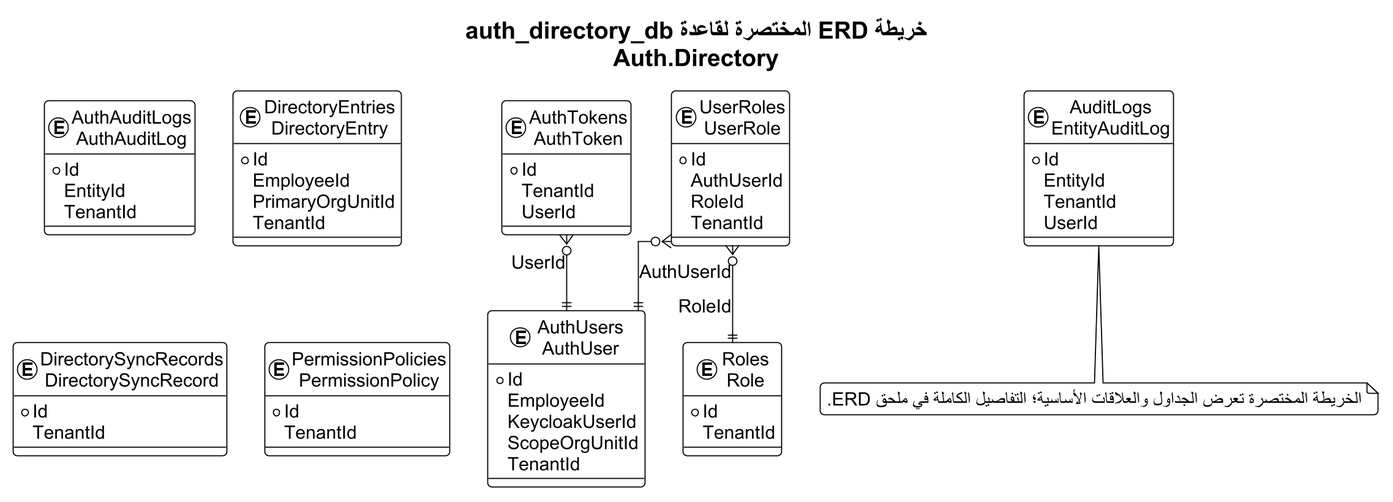
Earlier version of the PlantUML export docs/thesis_diagrams/database_erdds/compact_rendered/03_authdirectory_compact.png (omardefdev/HRManagement). Source of this version:
```plantuml
@startuml
!theme plain
skinparam backgroundColor #FFFFFF
skinparam defaultFontName Arial
skinparam defaultFontSize 17
skinparam shadowing false
skinparam roundcorner 8
skinparam linetype ortho
skinparam dpi 170
skinparam EntityBorderColor #0F6B73
skinparam EntityBackgroundColor #F4FAFA
top to bottom direction
title "خريطة ERD المختصرة لقاعدة auth_directory_db\nAuth.Directory"

entity "AuthAuditLogs\nAuthAuditLog" as T01 {
  * Id
    EntityId
    TenantId
}
entity "AuthTokens\nAuthToken" as T02 {
  * Id
    TenantId
    UserId
}
entity "AuthUsers\nAuthUser" as T03 {
  * Id
    EmployeeId
    KeycloakUserId
    ScopeOrgUnitId
    TenantId
}
entity "DirectoryEntries\nDirectoryEntry" as T04 {
  * Id
    EmployeeId
    PrimaryOrgUnitId
    TenantId
}
entity "DirectorySyncRecords\nDirectorySyncRecord" as T05 {
  * Id
    TenantId
}
entity "PermissionPolicies\nPermissionPolicy" as T06 {
  * Id
    TenantId
}
entity "Roles\nRole" as T07 {
  * Id
    TenantId
}
entity "UserRoles\nUserRole" as T08 {
  * Id
    AuthUserId
    RoleId
    TenantId
}
entity "AuditLogs\nEntityAuditLog" as T09 {
  * Id
    EntityId
    TenantId
    UserId
}

T02 }o--|| T03 : UserId
T08 }o--|| T03 : AuthUserId
T08 }o--|| T07 : RoleId

note bottom
الخريطة المختصرة تعرض الجداول والعلاقات الأساسية؛ التفاصيل الكاملة في ملحق ERD.
end note
@enduml
```
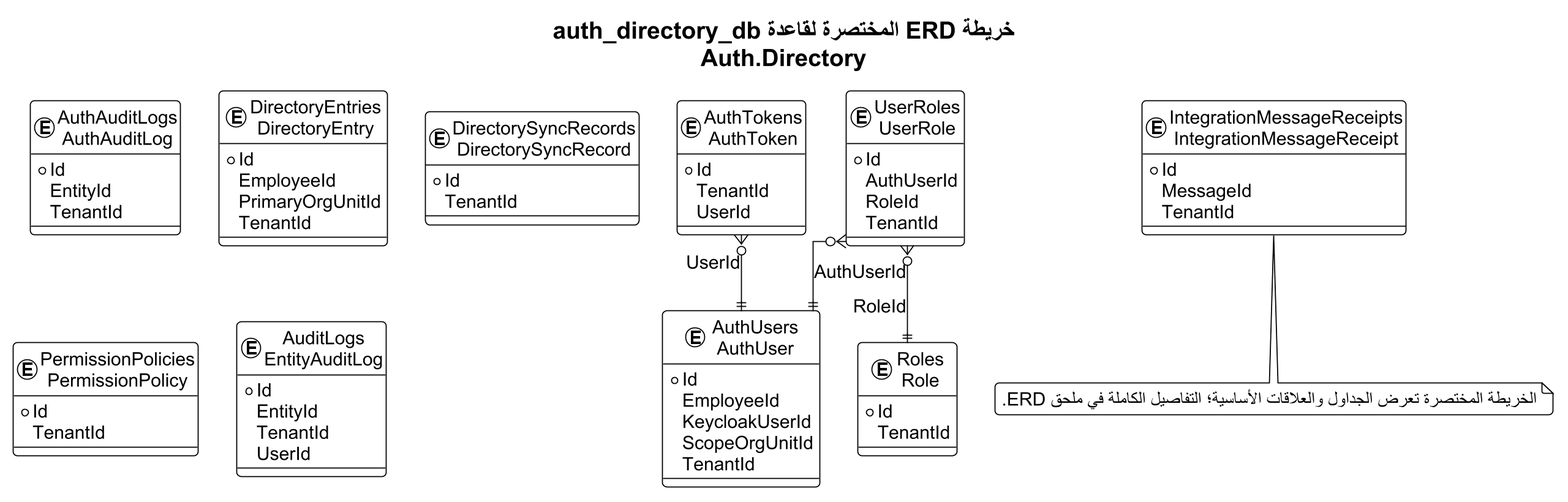
The same file after the commit.

What changed in the source:
```diff
@@ -59,6 +59,11 @@
     TenantId
     UserId
 }
+entity "IntegrationMessageReceipts\nIntegrationMessageReceipt" as T10 {
+  * Id
+    MessageId
+    TenantId
+}
 
 T02 }o--|| T03 : UserId
 T08 }o--|| T03 : AuthUserId
```
